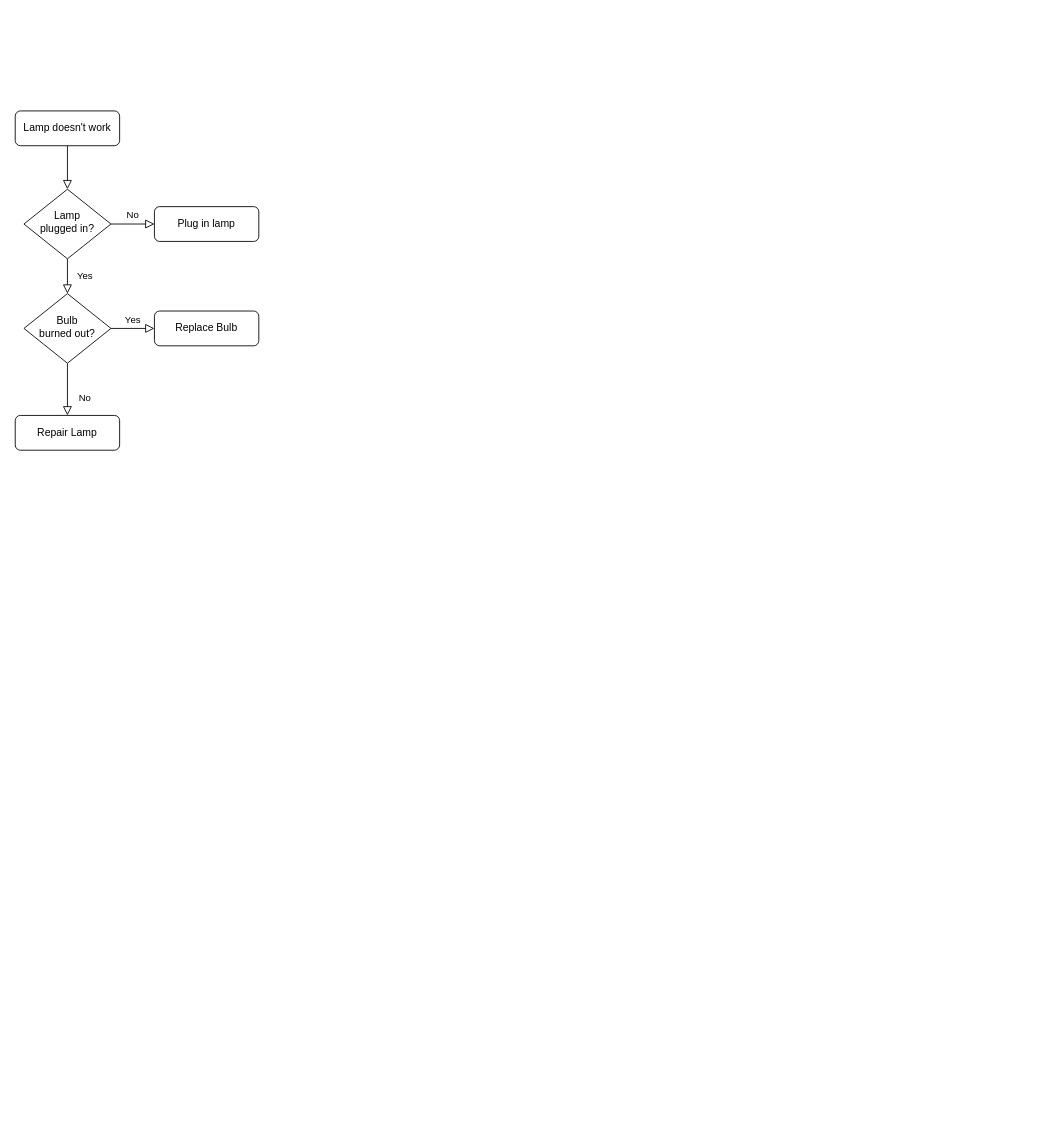
Above: 未命名绘图.drawio in WenYuanTing/shopping-cart (draw.io), before the change. Source tidied: cells renumbered, new cells numbered last; positions are measured from the earlier drawing's top-left corner, leaving out a move shared by most shapes. Both pictures are drawn from the tidied source at 87%, with x=0, y=0 at pixel (15, 110).
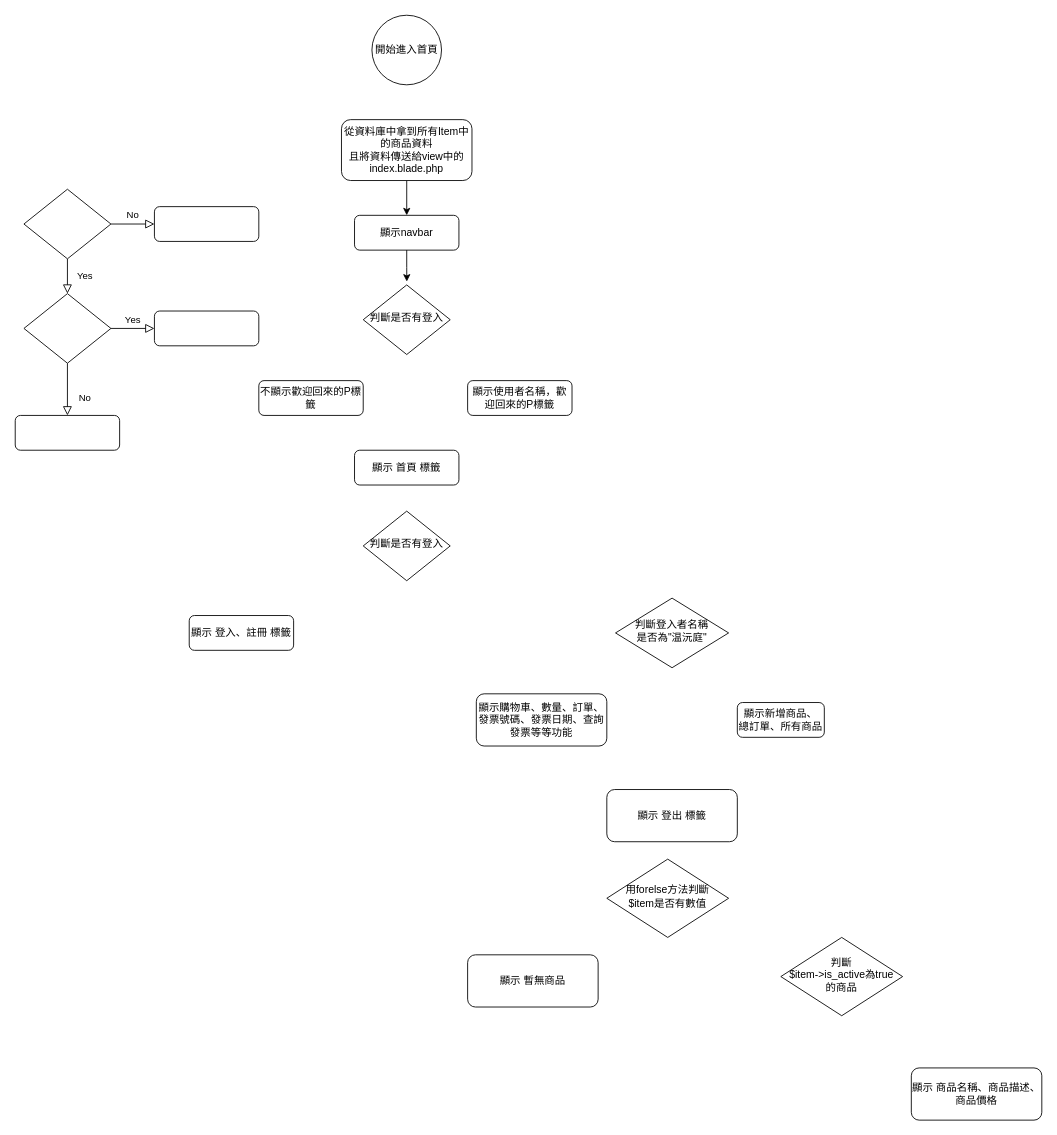
Above is the later version.

Commit message:
購物車流程圖.drawio

Change to the diagram source:
```diff
@@
-    <mxCell id="2" style="rounded=0;html=1;jettySize=auto;fontSize=11;endArrow=block;endFill=0;endSize=8;strokeWidth=1;shadow=0;labelBackgroundColor=none;edgeStyle=orthogonalEdgeStyle;" parent="1" edge="1" source="3" target="6">
-      <mxGeometry relative="1" as="geometry" />
-    </mxCell>
+    <mxCell id="13" style="edgeStyle=orthogonalEdgeStyle;rounded=0;jettySize=auto;html=1;entryX=0.5;entryY=0;entryDx=0;entryDy=0;" parent="1" edge="1" source="3" target="15">
+      <mxGeometry relative="1" as="geometry" />
+    </mxCell>
-    <mxCell id="3" value="Lamp doesn't work" style="rounded=1;whiteSpace=wrap;html=1;fontSize=12;glass=0;strokeWidth=1;shadow=0;" parent="1" vertex="1">
-      <mxGeometry width="120" height="40" as="geometry" />
+    <mxCell id="3" value="從資料庫中拿到所有Item中的商品資料&lt;br&gt;且將資料傳送給view中的index.blade.php" style="rounded=1;whiteSpace=wrap;html=1;fontSize=12;glass=0;strokeWidth=1;shadow=0;" parent="1" vertex="1">
+      <mxGeometry x="375" y="10" width="150" height="70" as="geometry" />
     </mxCell>
@@
-    <mxCell id="6" value="Lamp&lt;br&gt;plugged in?" style="rhombus;whiteSpace=wrap;html=1;shadow=0;fontFamily=Helvetica;fontSize=12;align=center;strokeWidth=1;spacing=6;spacingTop=-4;" parent="1" vertex="1">
+    <mxCell id="6" style="rhombus;whiteSpace=wrap;html=1;shadow=0;fontFamily=Helvetica;fontSize=12;align=center;strokeWidth=1;spacing=6;spacingTop=-4;" parent="1" vertex="1">
       <mxGeometry x="10" y="90" width="100" height="80" as="geometry" />
     </mxCell>
-    <mxCell id="7" value="Plug in lamp" style="rounded=1;whiteSpace=wrap;html=1;fontSize=12;glass=0;strokeWidth=1;shadow=0;" parent="1" vertex="1">
+    <mxCell id="7" style="rounded=1;whiteSpace=wrap;html=1;fontSize=12;glass=0;strokeWidth=1;shadow=0;" parent="1" vertex="1">
       <mxGeometry x="160" y="110" width="120" height="40" as="geometry" />
     </mxCell>
@@
-    <mxCell id="10" value="Bulb&lt;br&gt;burned out?" style="rhombus;whiteSpace=wrap;html=1;shadow=0;fontFamily=Helvetica;fontSize=12;align=center;strokeWidth=1;spacing=6;spacingTop=-4;" parent="1" vertex="1">
+    <mxCell id="10" style="rhombus;whiteSpace=wrap;html=1;shadow=0;fontFamily=Helvetica;fontSize=12;align=center;strokeWidth=1;spacing=6;spacingTop=-4;" parent="1" vertex="1">
       <mxGeometry x="10" y="210" width="100" height="80" as="geometry" />
     </mxCell>
-    <mxCell id="11" value="Repair Lamp" style="rounded=1;whiteSpace=wrap;html=1;fontSize=12;glass=0;strokeWidth=1;shadow=0;" parent="1" vertex="1">
+    <mxCell id="11" style="rounded=1;whiteSpace=wrap;html=1;fontSize=12;glass=0;strokeWidth=1;shadow=0;" parent="1" vertex="1">
       <mxGeometry y="350" width="120" height="40" as="geometry" />
     </mxCell>
-    <mxCell id="12" value="Replace Bulb" style="rounded=1;whiteSpace=wrap;html=1;fontSize=12;glass=0;strokeWidth=1;shadow=0;" parent="1" vertex="1">
+    <mxCell id="12" style="rounded=1;whiteSpace=wrap;html=1;fontSize=12;glass=0;strokeWidth=1;shadow=0;" parent="1" vertex="1">
       <mxGeometry x="160" y="230" width="120" height="40" as="geometry" />
     </mxCell>
+    <mxCell id="14" value="開始進入首頁" style="ellipse;whiteSpace=wrap;html=1;" parent="1" vertex="1">
+      <mxGeometry x="410" y="-110" width="80" height="80" as="geometry" />
+    </mxCell>
+    <mxCell id="15" value="顯示navbar" style="rounded=1;whiteSpace=wrap;html=1;fontSize=12;glass=0;strokeWidth=1;shadow=0;" parent="1" vertex="1">
+      <mxGeometry x="390" y="120" width="120" height="40" as="geometry" />
+    </mxCell>
+    <mxCell id="16" value="判斷是否有登入" style="rhombus;whiteSpace=wrap;html=1;shadow=0;fontFamily=Helvetica;fontSize=12;align=center;strokeWidth=1;spacing=6;spacingTop=-4;" parent="1" vertex="1">
+      <mxGeometry x="400" y="200" width="100" height="80" as="geometry" />
+    </mxCell>
+    <mxCell id="17" style="edgeStyle=orthogonalEdgeStyle;rounded=0;jettySize=auto;html=1;entryX=0.501;entryY=-0.048;entryDx=0;entryDy=0;entryPerimeter=0;" parent="1" edge="1" source="15" target="16">
+      <mxGeometry relative="1" as="geometry" />
+    </mxCell>
+    <mxCell id="18" value="不顯示歡迎回來的P標籤" style="rounded=1;whiteSpace=wrap;html=1;fontSize=12;glass=0;strokeWidth=1;shadow=0;" parent="1" vertex="1">
+      <mxGeometry x="280" y="310" width="120" height="40" as="geometry" />
+    </mxCell>
+    <mxCell id="19" value="顯示使用者名稱，歡迎回來的P標籤" style="rounded=1;whiteSpace=wrap;html=1;fontSize=12;glass=0;strokeWidth=1;shadow=0;" parent="1" vertex="1">
+      <mxGeometry x="520" y="310" width="120" height="40" as="geometry" />
+    </mxCell>
+    <mxCell id="20" value="顯示 首頁 標籤" style="rounded=1;whiteSpace=wrap;html=1;fontSize=12;glass=0;strokeWidth=1;shadow=0;" parent="1" vertex="1">
+      <mxGeometry x="390" y="390" width="120" height="40" as="geometry" />
+    </mxCell>
+    <mxCell id="21" value="判斷是否有登入" style="rhombus;whiteSpace=wrap;html=1;shadow=0;fontFamily=Helvetica;fontSize=12;align=center;strokeWidth=1;spacing=6;spacingTop=-4;" parent="1" vertex="1">
+      <mxGeometry x="400" y="460" width="100" height="80" as="geometry" />
+    </mxCell>
+    <mxCell id="22" value="顯示 登入、註冊 標籤" style="rounded=1;whiteSpace=wrap;html=1;fontSize=12;glass=0;strokeWidth=1;shadow=0;" parent="1" vertex="1">
+      <mxGeometry x="200" y="580" width="120" height="40" as="geometry" />
+    </mxCell>
+    <mxCell id="23" value="判斷登入者名稱&lt;br&gt;是否為&quot;温沅庭&quot;" style="rhombus;whiteSpace=wrap;html=1;shadow=0;fontFamily=Helvetica;fontSize=12;align=center;strokeWidth=1;spacing=6;spacingTop=-4;" parent="1" vertex="1">
+      <mxGeometry x="690" y="560" width="130" height="80" as="geometry" />
+    </mxCell>
+    <mxCell id="24" value="顯示購物車、數量、訂單、發票號碼、發票日期、查詢發票等等功能" style="rounded=1;whiteSpace=wrap;html=1;fontSize=12;glass=0;strokeWidth=1;shadow=0;" parent="1" vertex="1">
+      <mxGeometry x="530" y="670" width="150" height="60" as="geometry" />
+    </mxCell>
+    <mxCell id="25" value="顯示新增商品、&lt;br&gt;總訂單、所有商品" style="rounded=1;whiteSpace=wrap;html=1;fontSize=12;glass=0;strokeWidth=1;shadow=0;" parent="1" vertex="1">
+      <mxGeometry x="830" y="680" width="100" height="40" as="geometry" />
+    </mxCell>
+    <mxCell id="26" value="顯示 登出 標籤" style="rounded=1;whiteSpace=wrap;html=1;fontSize=12;glass=0;strokeWidth=1;shadow=0;" parent="1" vertex="1">
+      <mxGeometry x="680" y="780" width="150" height="60" as="geometry" />
+    </mxCell>
+    <mxCell id="27" value="顯示 暫無商品" style="rounded=1;whiteSpace=wrap;html=1;fontSize=12;glass=0;strokeWidth=1;shadow=0;" parent="1" vertex="1">
+      <mxGeometry x="520" y="970" width="150" height="60" as="geometry" />
+    </mxCell>
+    <mxCell id="28" value="用forelse方法判斷&lt;br&gt;$item是否有數值" style="rhombus;whiteSpace=wrap;html=1;shadow=0;fontFamily=Helvetica;fontSize=12;align=center;strokeWidth=1;spacing=6;spacingTop=-4;" parent="1" vertex="1">
+      <mxGeometry x="680" y="860" width="140" height="90" as="geometry" />
+    </mxCell>
+    <mxCell id="29" value="判斷&lt;br&gt;$item-&amp;gt;is_active為true&lt;br&gt;的商品" style="rhombus;whiteSpace=wrap;html=1;shadow=0;fontFamily=Helvetica;fontSize=12;align=center;strokeWidth=1;spacing=6;spacingTop=-4;" parent="1" vertex="1">
+      <mxGeometry x="880" y="950" width="140" height="90" as="geometry" />
+    </mxCell>
+    <mxCell id="30" value="顯示 商品名稱、商品描述、商品價格" style="rounded=1;whiteSpace=wrap;html=1;fontSize=12;glass=0;strokeWidth=1;shadow=0;" parent="1" vertex="1">
+      <mxGeometry x="1030" y="1100" width="150" height="60" as="geometry" />
+    </mxCell>
```
